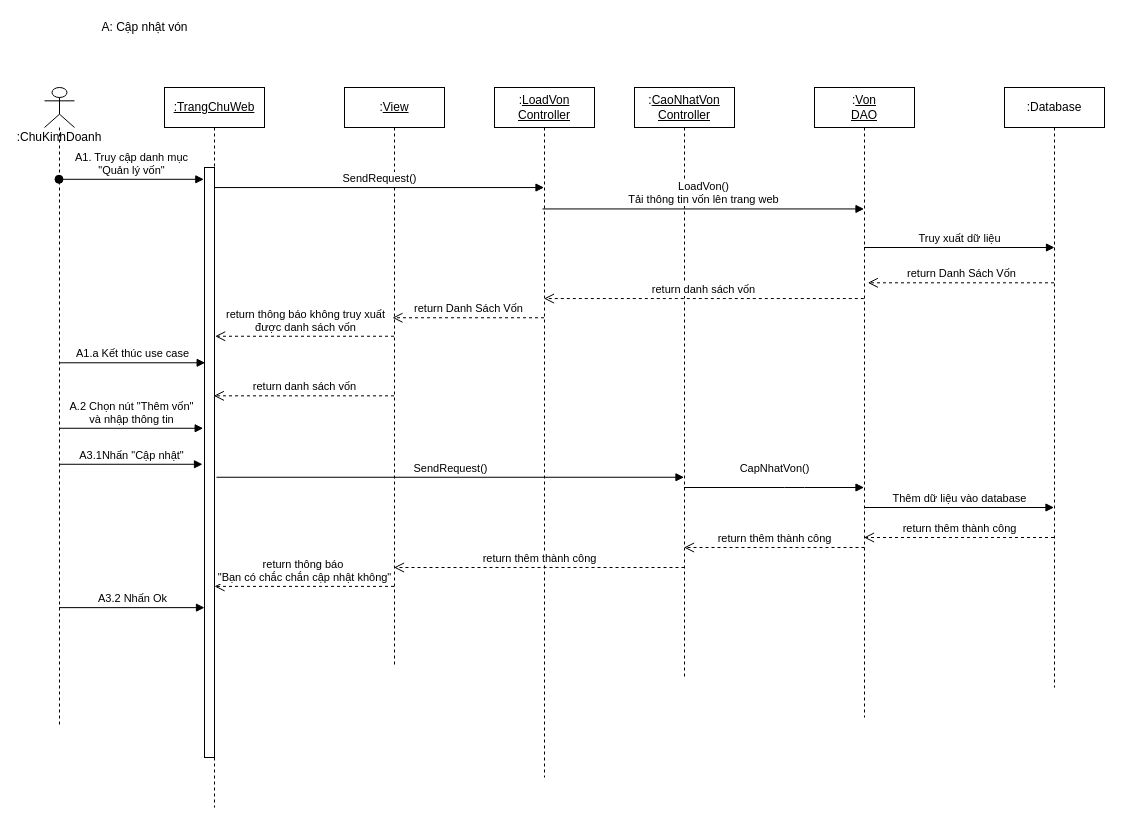
VoVanDuc20110635/DoAnCongNghePhanMem keeps this draw.io diagram as page "QuanLyDoanhThu_von_consequence_diagram" (17 of 32) of do_an_cong_nghe_phan_mem.drawio. Above is the earlier version. Source tidied: cells renumbered, new cells numbered last; positions are measured from the earlier drawing's top-left corner, leaving out a move shared by most shapes. Both pictures are drawn from the tidied source at 100%, with x=0, y=0 at pixel (44, 17).
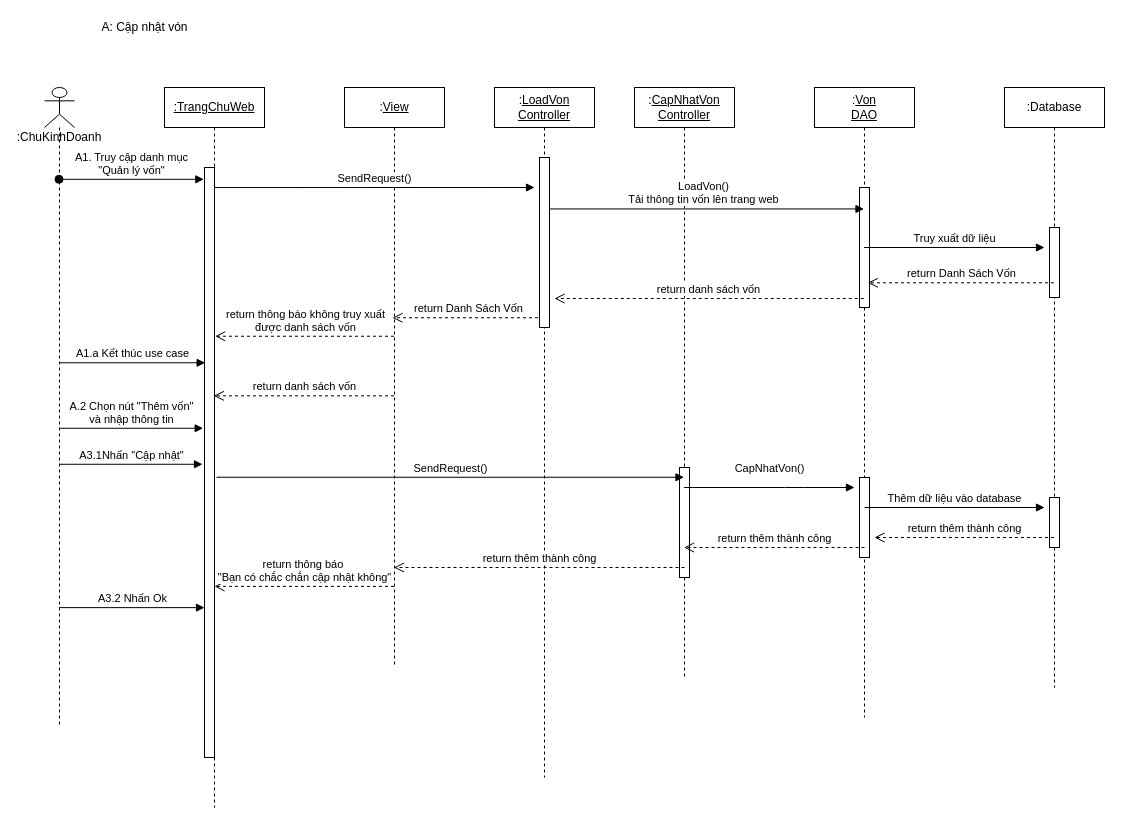
After the change.

Unchanged cells that the change refers to:
```xml
<mxCell id="4" style="html=1;points=[];perimeter=orthogonalPerimeter;" parent="3" vertex="1">
  <mxGeometry x="40" y="80" width="10" height="590" as="geometry" />
</mxCell>
<mxCell id="7" value=":&lt;u&gt;Von&lt;br&gt;DAO&lt;/u&gt;" style="shape=umlLifeline;perimeter=lifelinePerimeter;whiteSpace=wrap;html=1;outlineConnect=0;" parent="1" vertex="1">
  <mxGeometry x="770" y="70" width="100" height="630" as="geometry" />
</mxCell>
<mxCell id="8" value=":Database" style="shape=umlLifeline;perimeter=lifelinePerimeter;whiteSpace=wrap;html=1;outlineConnect=0;" parent="1" vertex="1">
  <mxGeometry x="960" y="70" width="100" height="600" as="geometry" />
</mxCell>
<mxCell id="23" value=":&lt;u&gt;LoadVon&lt;br&gt;Controller&lt;/u&gt;" style="shape=umlLifeline;perimeter=lifelinePerimeter;whiteSpace=wrap;html=1;outlineConnect=0;" parent="1" vertex="1">
  <mxGeometry x="450" y="70" width="100" height="690" as="geometry" />
</mxCell>
```

The edit, as a diff of the source:
```diff
@@
-    <mxCell id="6" value=":&lt;u&gt;CaoNhatVon&lt;br&gt;Controller&lt;/u&gt;" style="shape=umlLifeline;perimeter=lifelinePerimeter;whiteSpace=wrap;html=1;outlineConnect=0;" parent="1" vertex="1">
+    <mxCell id="6" value=":&lt;u&gt;CapNhatVon&lt;br&gt;Controller&lt;/u&gt;" style="shape=umlLifeline;perimeter=lifelinePerimeter;whiteSpace=wrap;html=1;outlineConnect=0;" parent="1" vertex="1">
       <mxGeometry x="590" y="70" width="100" height="590" as="geometry" />
     </mxCell>
+    <mxCell id="31" style="html=1;perimeter=orthogonalPerimeter;" parent="6" vertex="1">
+      <mxGeometry x="45" y="380" width="10" height="110" as="geometry" />
+    </mxCell>
@@
+    <mxCell id="32" style="html=1;perimeter=orthogonalPerimeter;" parent="7" vertex="1">
+      <mxGeometry x="45" y="100" width="10" height="120" as="geometry" />
+    </mxCell>
+    <mxCell id="33" style="html=1;perimeter=orthogonalPerimeter;" parent="7" vertex="1">
+      <mxGeometry x="45" y="390" width="10" height="80" as="geometry" />
+    </mxCell>
@@
+    <mxCell id="34" style="html=1;perimeter=orthogonalPerimeter;" parent="8" vertex="1">
+      <mxGeometry x="45" y="140" width="10" height="70" as="geometry" />
+    </mxCell>
+    <mxCell id="35" style="html=1;perimeter=orthogonalPerimeter;" parent="8" vertex="1">
+      <mxGeometry x="45" y="410" width="10" height="50" as="geometry" />
+    </mxCell>
@@
-    <mxCell id="14" value="SendRequest()" style="html=1;verticalAlign=bottom;endArrow=block;exitX=0.967;exitY=0.034;exitDx=0;exitDy=0;exitPerimeter=0;" parent="1" edge="1" source="4" target="23">
-      <mxGeometry relative="1" as="geometry" />
+    <mxCell id="14" value="SendRequest()" style="html=1;verticalAlign=bottom;endArrow=block;exitX=0.967;exitY=0.034;exitDx=0;exitDy=0;exitPerimeter=0;" parent="1" edge="1" source="4">
+      <mxGeometry relative="1" as="geometry">
+        <mxPoint x="490" y="170" as="targetPoint" />
+      </mxGeometry>
     </mxCell>
@@
     <mxCell id="16" value="Truy xuất dữ liệu" style="html=1;verticalAlign=bottom;endArrow=block;" parent="1" edge="1" source="7">
       <mxGeometry relative="1" as="geometry">
-        <mxPoint x="1010" y="230" as="targetPoint" />
+        <mxPoint x="1000" y="230" as="targetPoint" />
       </mxGeometry>
     </mxCell>
@@
-    <mxCell id="18" value="return danh sách vốn" style="html=1;verticalAlign=bottom;endArrow=open;dashed=1;endSize=8;exitX=0.493;exitY=0.335;exitDx=0;exitDy=0;exitPerimeter=0;" parent="1" edge="1" source="7" target="23">
-      <mxGeometry relative="1" as="geometry" />
+    <mxCell id="18" value="return danh sách vốn" style="html=1;verticalAlign=bottom;endArrow=open;dashed=1;endSize=8;exitX=0.493;exitY=0.335;exitDx=0;exitDy=0;exitPerimeter=0;" parent="1" edge="1" source="7">
+      <mxGeometry relative="1" as="geometry">
+        <mxPoint x="510" y="281" as="targetPoint" />
+      </mxGeometry>
     </mxCell>
@@
+    <mxCell id="36" style="html=1;perimeter=orthogonalPerimeter;" parent="23" vertex="1">
+      <mxGeometry x="45" y="70" width="10" height="170" as="geometry" />
+    </mxCell>
-    <mxCell id="24" value="Thêm dữ liệu vào database" style="html=1;verticalAlign=bottom;endArrow=block;" parent="1" edge="1" target="8">
+    <mxCell id="24" value="Thêm dữ liệu vào database" style="html=1;verticalAlign=bottom;endArrow=block;" parent="1" edge="1">
       <mxGeometry relative="1" as="geometry">
         <mxPoint x="820" y="490" as="sourcePoint" />
+        <mxPoint x="1000" y="490" as="targetPoint" />
       </mxGeometry>
     </mxCell>
-    <mxCell id="25" value="CapNhatVon()" style="html=1;verticalAlign=bottom;endArrow=block;" parent="1" edge="1" source="6" target="7">
+    <mxCell id="25" value="CapNhatVon()" style="html=1;verticalAlign=bottom;endArrow=block;" parent="1" edge="1" source="6">
       <mxGeometry y="10" relative="1" as="geometry">
+        <mxPoint x="810" y="470" as="targetPoint" />
         <Array as="points">
           <mxPoint x="750" y="470" />
         </Array>
       </mxGeometry>
     </mxCell>
-    <mxCell id="26" value="return thêm thành công" style="html=1;verticalAlign=bottom;endArrow=open;dashed=1;endSize=8;" parent="1" edge="1" source="8" target="7">
+    <mxCell id="26" value="return thêm thành công" style="html=1;verticalAlign=bottom;endArrow=open;dashed=1;endSize=8;" parent="1" edge="1" source="8">
       <mxGeometry relative="1" as="geometry">
+        <mxPoint x="830" y="520" as="targetPoint" />
         <Array as="points">
           <mxPoint x="900" y="520" />
         </Array>
       </mxGeometry>
     </mxCell>
```
